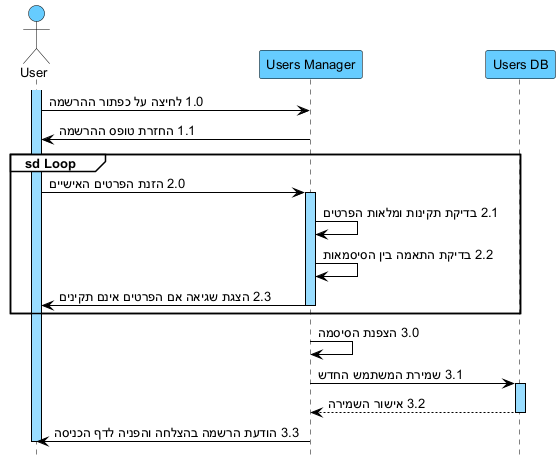
Earlier version of the PlantUML export docs/diagrams/png/01-seq-suc01-הרשמה.png (arielkaplan20/GOLDEN_HAIR_SALOAN).
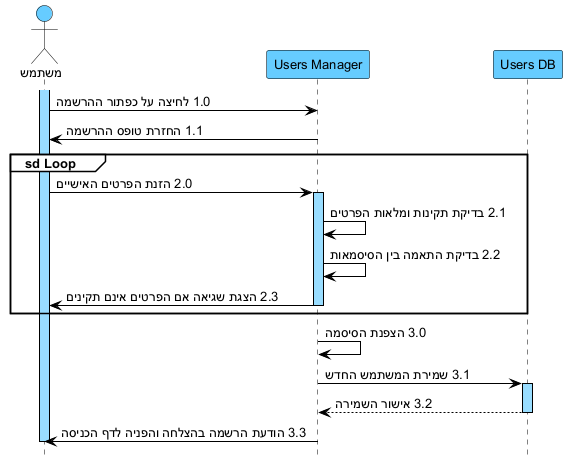
Later version of the same file.

Change to the diagram source:
```diff
@@ -19,7 +19,7 @@
 GroupHeaderFontColor black
 }
 
-actor "User" as U
+actor "משתמש" as U
 participant "Users Manager" as UM
 participant "Users DB" as DB
 
```
